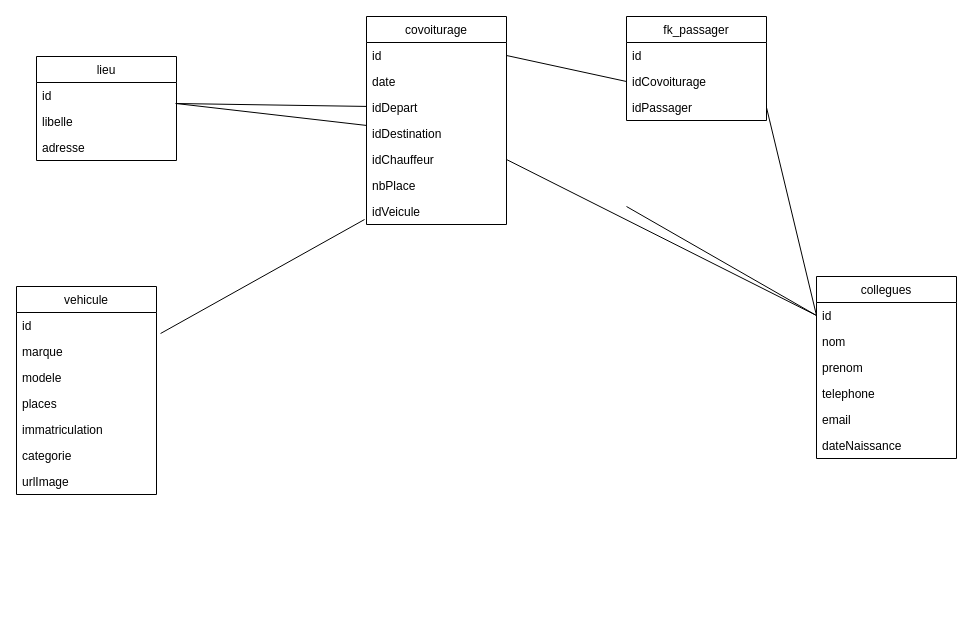
Above: Untitled Diagram.drawio in atelier-diginamic/gdt-back (draw.io), before the change. Source tidied: cells renumbered, new cells numbered last; positions are measured from the earlier drawing's top-left corner, leaving out a move shared by most shapes. Both pictures are drawn from the tidied source at 100%, with x=0, y=0 at pixel (16, 16).
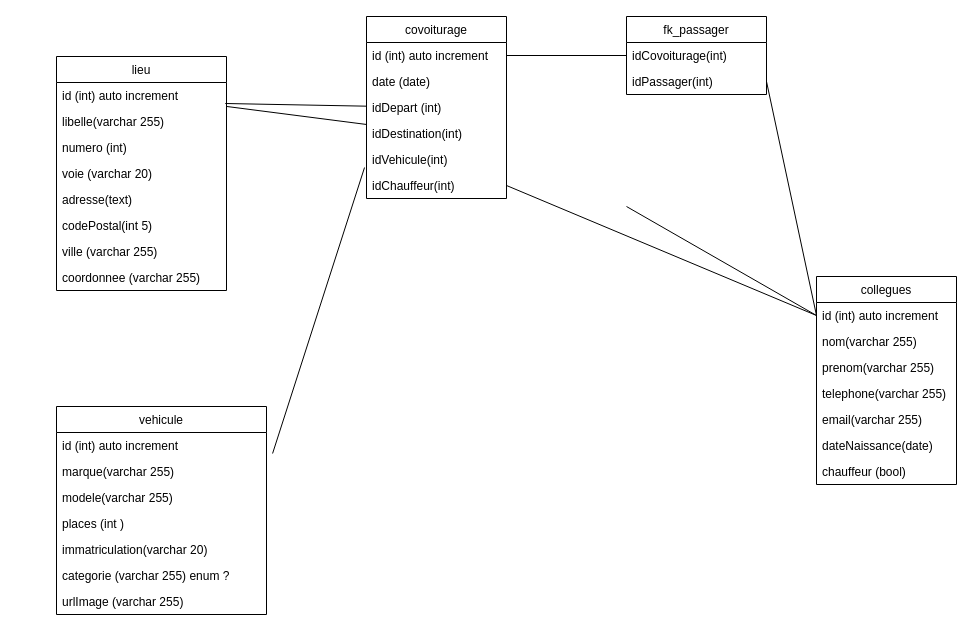
Above is the later version.

Commit message:
maj diagram

Diff of the diagram source:
```diff
@@
-    <mxCell id="2" value="lieu" style="swimlane;fontStyle=0;horizontal=1;startSize=26;fillColor=none;" parent="1" vertex="1">
-      <mxGeometry x="20" y="40" width="140" height="104" as="geometry" />
-    </mxCell>
-    <mxCell id="3" value="id" style="text;strokeColor=none;fillColor=none;align=left;verticalAlign=top;spacingLeft=4;spacingRight=4;overflow=hidden;points=[[0,0.5],[1,0.5]];portConstraint=eastwest;" parent="2" vertex="1">
-      <mxGeometry y="26" width="140" height="26" as="geometry" />
-    </mxCell>
-    <mxCell id="4" value="libelle" style="text;strokeColor=none;fillColor=none;align=left;verticalAlign=top;spacingLeft=4;spacingRight=4;overflow=hidden;" parent="2" vertex="1">
-      <mxGeometry y="52" width="140" height="26" as="geometry" />
-    </mxCell>
-    <mxCell id="5" value="adresse&#10;" style="text;strokeColor=none;fillColor=none;align=left;verticalAlign=top;spacingLeft=4;spacingRight=4;overflow=hidden;" parent="2" vertex="1">
-      <mxGeometry y="78" width="140" height="26" as="geometry" />
-    </mxCell>
     <mxCell id="6" value="covoiturage" style="swimlane;fontStyle=0;horizontal=1;startSize=26;fillColor=none;" parent="1" vertex="1">
-      <mxGeometry x="350" width="140" height="208" as="geometry" />
+      <mxGeometry x="350" width="140" height="182" as="geometry" />
     </mxCell>
-    <mxCell id="7" value="id" style="text;strokeColor=none;fillColor=none;align=left;verticalAlign=top;spacingLeft=4;spacingRight=4;overflow=hidden;points=[[0,0.5],[1,0.5]];portConstraint=eastwest;" parent="6" vertex="1">
+    <mxCell id="7" value="id (int) auto increment" style="text;strokeColor=none;fillColor=none;align=left;verticalAlign=top;spacingLeft=4;spacingRight=4;overflow=hidden;points=[[0,0.5],[1,0.5]];portConstraint=eastwest;" parent="6" vertex="1">
       <mxGeometry y="26" width="140" height="26" as="geometry" />
     </mxCell>
-    <mxCell id="8" value="date" style="text;strokeColor=none;fillColor=none;align=left;verticalAlign=top;spacingLeft=4;spacingRight=4;overflow=hidden;" parent="6" vertex="1">
+    <mxCell id="8" value="date (date) " style="text;strokeColor=none;fillColor=none;align=left;verticalAlign=top;spacingLeft=4;spacingRight=4;overflow=hidden;" parent="6" vertex="1">
       <mxGeometry y="52" width="140" height="26" as="geometry" />
     </mxCell>
-    <mxCell id="9" value="idDepart" style="text;strokeColor=none;fillColor=none;align=left;verticalAlign=top;spacingLeft=4;spacingRight=4;overflow=hidden;points=[[0,0.5],[1,0.5]];portConstraint=eastwest;" parent="6" vertex="1">
+    <mxCell id="9" value="idDepart (int)" style="text;strokeColor=none;fillColor=none;align=left;verticalAlign=top;spacingLeft=4;spacingRight=4;overflow=hidden;points=[[0,0.5],[1,0.5]];portConstraint=eastwest;" parent="6" vertex="1">
       <mxGeometry y="78" width="140" height="26" as="geometry" />
     </mxCell>
-    <mxCell id="10" value="idDestination" style="text;strokeColor=none;fillColor=none;align=left;verticalAlign=top;spacingLeft=4;spacingRight=4;overflow=hidden;points=[[0,0.5],[1,0.5]];portConstraint=eastwest;" parent="6" vertex="1">
+    <mxCell id="10" value="idDestination(int)" style="text;strokeColor=none;fillColor=none;align=left;verticalAlign=top;spacingLeft=4;spacingRight=4;overflow=hidden;points=[[0,0.5],[1,0.5]];portConstraint=eastwest;" parent="6" vertex="1">
       <mxGeometry y="104" width="140" height="26" as="geometry" />
     </mxCell>
+    <mxCell id="13" value="idVehicule(int)" style="text;strokeColor=none;fillColor=none;align=left;verticalAlign=top;spacingLeft=4;spacingRight=4;overflow=hidden;points=[[0,0.5],[1,0.5]];portConstraint=eastwest;" parent="6" vertex="1">
+      <mxGeometry y="130" width="140" height="26" as="geometry" />
+    </mxCell>
-    <mxCell id="11" value="idChauffeur&#10;" style="text;strokeColor=none;fillColor=none;align=left;verticalAlign=top;spacingLeft=4;spacingRight=4;overflow=hidden;points=[[0,0.5],[1,0.5]];portConstraint=eastwest;" parent="6" vertex="1">
-      <mxGeometry y="130" width="140" height="26" as="geometry" />
+    <mxCell id="11" value="idChauffeur(int)" style="text;strokeColor=none;fillColor=none;align=left;verticalAlign=top;spacingLeft=4;spacingRight=4;overflow=hidden;points=[[0,0.5],[1,0.5]];portConstraint=eastwest;" parent="6" vertex="1">
+      <mxGeometry y="156" width="140" height="26" as="geometry" />
     </mxCell>
-    <mxCell id="12" value="nbPlace" style="text;strokeColor=none;fillColor=none;align=left;verticalAlign=top;spacingLeft=4;spacingRight=4;overflow=hidden;" parent="6" vertex="1">
-      <mxGeometry y="156" width="140" height="26" as="geometry" />
-    </mxCell>
-    <mxCell id="13" value="idVeicule&#10;" style="text;strokeColor=none;fillColor=none;align=left;verticalAlign=top;spacingLeft=4;spacingRight=4;overflow=hidden;points=[[0,0.5],[1,0.5]];portConstraint=eastwest;" parent="6" vertex="1">
-      <mxGeometry y="182" width="140" height="26" as="geometry" />
-    </mxCell>
@@
     <mxCell id="18" value="collegues" style="swimlane;fontStyle=0;horizontal=1;startSize=26;fillColor=none;" parent="1" vertex="1">
-      <mxGeometry x="800" y="260" width="140" height="182" as="geometry" />
+      <mxGeometry x="800" y="260" width="140" height="208" as="geometry" />
     </mxCell>
-    <mxCell id="19" value="id" style="text;strokeColor=none;fillColor=none;align=left;verticalAlign=top;spacingLeft=4;spacingRight=4;overflow=hidden;points=[[0,0.5],[1,0.5]];portConstraint=eastwest;" parent="18" vertex="1">
+    <mxCell id="19" value="id (int) auto increment" style="text;strokeColor=none;fillColor=none;align=left;verticalAlign=top;spacingLeft=4;spacingRight=4;overflow=hidden;points=[[0,0.5],[1,0.5]];portConstraint=eastwest;" parent="18" vertex="1">
       <mxGeometry y="26" width="140" height="26" as="geometry" />
     </mxCell>
-    <mxCell id="20" value="nom" style="text;strokeColor=none;fillColor=none;align=left;verticalAlign=top;spacingLeft=4;spacingRight=4;overflow=hidden;" parent="18" vertex="1">
+    <mxCell id="20" value="nom(varchar 255)" style="text;strokeColor=none;fillColor=none;align=left;verticalAlign=top;spacingLeft=4;spacingRight=4;overflow=hidden;" parent="18" vertex="1">
       <mxGeometry y="52" width="140" height="26" as="geometry" />
     </mxCell>
-    <mxCell id="21" value="prenom" style="text;strokeColor=none;fillColor=none;align=left;verticalAlign=top;spacingLeft=4;spacingRight=4;overflow=hidden;" parent="18" vertex="1">
+    <mxCell id="21" value="prenom(varchar 255)" style="text;strokeColor=none;fillColor=none;align=left;verticalAlign=top;spacingLeft=4;spacingRight=4;overflow=hidden;" parent="18" vertex="1">
       <mxGeometry y="78" width="140" height="26" as="geometry" />
     </mxCell>
-    <mxCell id="22" value="telephone" style="text;strokeColor=none;fillColor=none;align=left;verticalAlign=top;spacingLeft=4;spacingRight=4;overflow=hidden;" parent="18" vertex="1">
+    <mxCell id="22" value="telephone(varchar 255)" style="text;strokeColor=none;fillColor=none;align=left;verticalAlign=top;spacingLeft=4;spacingRight=4;overflow=hidden;" parent="18" vertex="1">
       <mxGeometry y="104" width="140" height="26" as="geometry" />
     </mxCell>
-    <mxCell id="23" value="email" style="text;strokeColor=none;fillColor=none;align=left;verticalAlign=top;spacingLeft=4;spacingRight=4;overflow=hidden;" parent="18" vertex="1">
+    <mxCell id="23" value="email(varchar 255)" style="text;strokeColor=none;fillColor=none;align=left;verticalAlign=top;spacingLeft=4;spacingRight=4;overflow=hidden;" parent="18" vertex="1">
       <mxGeometry y="130" width="140" height="26" as="geometry" />
     </mxCell>
-    <mxCell id="24" value="dateNaissance" style="text;strokeColor=none;fillColor=none;align=left;verticalAlign=top;spacingLeft=4;spacingRight=4;overflow=hidden;" parent="18" vertex="1">
+    <mxCell id="24" value="dateNaissance(date)" style="text;strokeColor=none;fillColor=none;align=left;verticalAlign=top;spacingLeft=4;spacingRight=4;overflow=hidden;" parent="18" vertex="1">
       <mxGeometry y="156" width="140" height="26" as="geometry" />
     </mxCell>
+    <mxCell id="40" value="chauffeur (bool)" style="text;strokeColor=none;fillColor=none;align=left;verticalAlign=top;spacingLeft=4;spacingRight=4;overflow=hidden;" parent="18" vertex="1">
+      <mxGeometry y="182" width="140" height="26" as="geometry" />
+    </mxCell>
     <mxCell id="25" value="fk_passager" style="swimlane;fontStyle=0;horizontal=1;startSize=26;fillColor=none;" parent="1" vertex="1">
-      <mxGeometry x="610" width="140" height="104" as="geometry" />
+      <mxGeometry x="610" width="140" height="78" as="geometry" />
     </mxCell>
-    <mxCell id="26" value="id" style="text;strokeColor=none;fillColor=none;align=left;verticalAlign=top;spacingLeft=4;spacingRight=4;overflow=hidden;" parent="25" vertex="1">
-      <mxGeometry y="26" width="140" height="26" as="geometry" />
-    </mxCell>
-    <mxCell id="27" value="idCovoiturage&#10;" style="text;strokeColor=none;fillColor=none;align=left;verticalAlign=top;spacingLeft=4;spacingRight=4;overflow=hidden;points=[[0,0.5],[1,0.5]];portConstraint=eastwest;" parent="25" vertex="1">
-      <mxGeometry y="52" width="140" height="26" as="geometry" />
+    <mxCell id="27" value="idCovoiturage(int)" style="text;strokeColor=none;fillColor=none;align=left;verticalAlign=top;spacingLeft=4;spacingRight=4;overflow=hidden;points=[[0,0.5],[1,0.5]];portConstraint=eastwest;" parent="25" vertex="1">
+      <mxGeometry y="26" width="140" height="26" as="geometry" />
     </mxCell>
-    <mxCell id="28" value="idPassager" style="text;strokeColor=none;fillColor=none;align=left;verticalAlign=top;spacingLeft=4;spacingRight=4;overflow=hidden;points=[[0,0.5],[1,0.5]];portConstraint=eastwest;" parent="25" vertex="1">
-      <mxGeometry y="78" width="140" height="26" as="geometry" />
+    <mxCell id="28" value="idPassager(int)" style="text;strokeColor=none;fillColor=none;align=left;verticalAlign=top;spacingLeft=4;spacingRight=4;overflow=hidden;points=[[0,0.5],[1,0.5]];portConstraint=eastwest;" parent="25" vertex="1">
+      <mxGeometry y="52" width="140" height="26" as="geometry" />
     </mxCell>
@@
+    <mxCell id="38" style="endArrow=none;html=1;exitX=1.029;exitY=0.808;exitDx=0;exitDy=0;entryX=-0.014;entryY=0.808;entryDx=0;entryDy=0;exitPerimeter=0;entryPerimeter=0;" parent="1" edge="1" source="31" target="13">
+      <mxGeometry relative="1" as="geometry" />
+    </mxCell>
+    <mxCell id="39" style="endArrow=none;html=1;exitX=1;exitY=0.5;exitDx=0;exitDy=0;entryX=0;entryY=0.5;entryDx=0;entryDy=0;" parent="1" edge="1" source="11" target="19">
+      <mxGeometry relative="1" as="geometry" />
+    </mxCell>
     <mxCell id="30" value="vehicule" style="swimlane;fontStyle=0;horizontal=1;startSize=26;fillColor=none;" parent="1" vertex="1">
-      <mxGeometry y="270" width="140" height="208" as="geometry" />
+      <mxGeometry x="40" y="390" width="210" height="208" as="geometry" />
     </mxCell>
-    <mxCell id="31" value="id" style="text;strokeColor=none;fillColor=none;align=left;verticalAlign=top;spacingLeft=4;spacingRight=4;overflow=hidden;points=[[0,0.5],[1,0.5]];portConstraint=eastwest;" parent="30" vertex="1">
-      <mxGeometry y="26" width="140" height="26" as="geometry" />
+    <mxCell id="31" value="id (int) auto increment" style="text;strokeColor=none;fillColor=none;align=left;verticalAlign=top;spacingLeft=4;spacingRight=4;overflow=hidden;points=[[0,0.5],[1,0.5]];portConstraint=eastwest;" parent="30" vertex="1">
+      <mxGeometry y="26" width="210" height="26" as="geometry" />
     </mxCell>
-    <mxCell id="32" value="marque" style="text;strokeColor=none;fillColor=none;align=left;verticalAlign=top;spacingLeft=4;spacingRight=4;overflow=hidden;" parent="30" vertex="1">
-      <mxGeometry y="52" width="140" height="26" as="geometry" />
+    <mxCell id="32" value="marque(varchar 255)" style="text;strokeColor=none;fillColor=none;align=left;verticalAlign=top;spacingLeft=4;spacingRight=4;overflow=hidden;" parent="30" vertex="1">
+      <mxGeometry y="52" width="210" height="26" as="geometry" />
     </mxCell>
-    <mxCell id="33" value="modele" style="text;strokeColor=none;fillColor=none;align=left;verticalAlign=top;spacingLeft=4;spacingRight=4;overflow=hidden;" parent="30" vertex="1">
-      <mxGeometry y="78" width="140" height="26" as="geometry" />
+    <mxCell id="33" value="modele(varchar 255)" style="text;strokeColor=none;fillColor=none;align=left;verticalAlign=top;spacingLeft=4;spacingRight=4;overflow=hidden;" parent="30" vertex="1">
+      <mxGeometry y="78" width="210" height="26" as="geometry" />
     </mxCell>
-    <mxCell id="34" value="places" style="text;strokeColor=none;fillColor=none;align=left;verticalAlign=top;spacingLeft=4;spacingRight=4;overflow=hidden;" parent="30" vertex="1">
-      <mxGeometry y="104" width="140" height="26" as="geometry" />
+    <mxCell id="34" value="places (int )" style="text;strokeColor=none;fillColor=none;align=left;verticalAlign=top;spacingLeft=4;spacingRight=4;overflow=hidden;" parent="30" vertex="1">
+      <mxGeometry y="104" width="210" height="26" as="geometry" />
     </mxCell>
-    <mxCell id="35" value="immatriculation" style="text;strokeColor=none;fillColor=none;align=left;verticalAlign=top;spacingLeft=4;spacingRight=4;overflow=hidden;" parent="30" vertex="1">
-      <mxGeometry y="130" width="140" height="26" as="geometry" />
+    <mxCell id="35" value="immatriculation(varchar 20)" style="text;strokeColor=none;fillColor=none;align=left;verticalAlign=top;spacingLeft=4;spacingRight=4;overflow=hidden;" parent="30" vertex="1">
+      <mxGeometry y="130" width="210" height="26" as="geometry" />
     </mxCell>
-    <mxCell id="36" value="categorie" style="text;strokeColor=none;fillColor=none;align=left;verticalAlign=top;spacingLeft=4;spacingRight=4;overflow=hidden;" parent="30" vertex="1">
-      <mxGeometry y="156" width="140" height="26" as="geometry" />
+    <mxCell id="36" value="categorie (varchar 255) enum ?" style="text;strokeColor=none;fillColor=none;align=left;verticalAlign=top;spacingLeft=4;spacingRight=4;overflow=hidden;" parent="30" vertex="1">
+      <mxGeometry y="156" width="210" height="26" as="geometry" />
     </mxCell>
-    <mxCell id="37" value="urlImage&#10;" style="text;strokeColor=none;fillColor=none;align=left;verticalAlign=top;spacingLeft=4;spacingRight=4;overflow=hidden;" parent="30" vertex="1">
-      <mxGeometry y="182" width="140" height="26" as="geometry" />
+    <mxCell id="37" value="urlImage (varchar 255)" style="text;strokeColor=none;fillColor=none;align=left;verticalAlign=top;spacingLeft=4;spacingRight=4;overflow=hidden;" parent="30" vertex="1">
+      <mxGeometry y="182" width="210" height="26" as="geometry" />
     </mxCell>
-    <mxCell id="38" style="endArrow=none;html=1;exitX=1.029;exitY=0.808;exitDx=0;exitDy=0;entryX=-0.014;entryY=0.808;entryDx=0;entryDy=0;exitPerimeter=0;entryPerimeter=0;" parent="1" edge="1" source="31" target="13">
-      <mxGeometry relative="1" as="geometry" />
-    </mxCell>
-    <mxCell id="39" style="endArrow=none;html=1;exitX=1;exitY=0.5;exitDx=0;exitDy=0;entryX=0;entryY=0.5;entryDx=0;entryDy=0;" parent="1" edge="1" source="11" target="19">
-      <mxGeometry relative="1" as="geometry" />
-    </mxCell>
+    <mxCell id="2" value="lieu" style="swimlane;fontStyle=0;horizontal=1;startSize=26;fillColor=none;" parent="1" vertex="1">
+      <mxGeometry x="40" y="40" width="170" height="234" as="geometry" />
+    </mxCell>
+    <mxCell id="3" value="id (int) auto increment" style="text;strokeColor=none;fillColor=none;align=left;verticalAlign=top;spacingLeft=4;spacingRight=4;overflow=hidden;points=[[0,0.5],[1,0.5]];portConstraint=eastwest;" parent="2" vertex="1">
+      <mxGeometry y="26" width="170" height="26" as="geometry" />
+    </mxCell>
+    <mxCell id="4" value="libelle(varchar 255)" style="text;strokeColor=none;fillColor=none;align=left;verticalAlign=top;spacingLeft=4;spacingRight=4;overflow=hidden;" parent="2" vertex="1">
+      <mxGeometry y="52" width="170" height="26" as="geometry" />
+    </mxCell>
+    <mxCell id="5" value="numero (int)" style="text;strokeColor=none;fillColor=none;align=left;verticalAlign=top;spacingLeft=4;spacingRight=4;overflow=hidden;" parent="2" vertex="1">
+      <mxGeometry y="78" width="170" height="26" as="geometry" />
+    </mxCell>
+    <mxCell id="41" value="voie (varchar 20)" style="text;strokeColor=none;fillColor=none;align=left;verticalAlign=top;spacingLeft=4;spacingRight=4;overflow=hidden;" parent="2" vertex="1">
+      <mxGeometry y="104" width="170" height="26" as="geometry" />
+    </mxCell>
+    <mxCell id="42" value="adresse(text)" style="text;strokeColor=none;fillColor=none;align=left;verticalAlign=top;spacingLeft=4;spacingRight=4;overflow=hidden;" parent="2" vertex="1">
+      <mxGeometry y="130" width="170" height="26" as="geometry" />
+    </mxCell>
+    <mxCell id="43" value="codePostal(int 5)" style="text;strokeColor=none;fillColor=none;align=left;verticalAlign=top;spacingLeft=4;spacingRight=4;overflow=hidden;" parent="2" vertex="1">
+      <mxGeometry y="156" width="170" height="26" as="geometry" />
+    </mxCell>
+    <mxCell id="44" value="ville (varchar 255) " style="text;strokeColor=none;fillColor=none;align=left;verticalAlign=top;spacingLeft=4;spacingRight=4;overflow=hidden;" parent="2" vertex="1">
+      <mxGeometry y="182" width="170" height="26" as="geometry" />
+    </mxCell>
+    <mxCell id="45" value="coordonnee (varchar 255)" style="text;strokeColor=none;fillColor=none;align=left;verticalAlign=top;spacingLeft=4;spacingRight=4;overflow=hidden;" parent="2" vertex="1">
+      <mxGeometry y="208" width="170" height="26" as="geometry" />
+    </mxCell>
```
